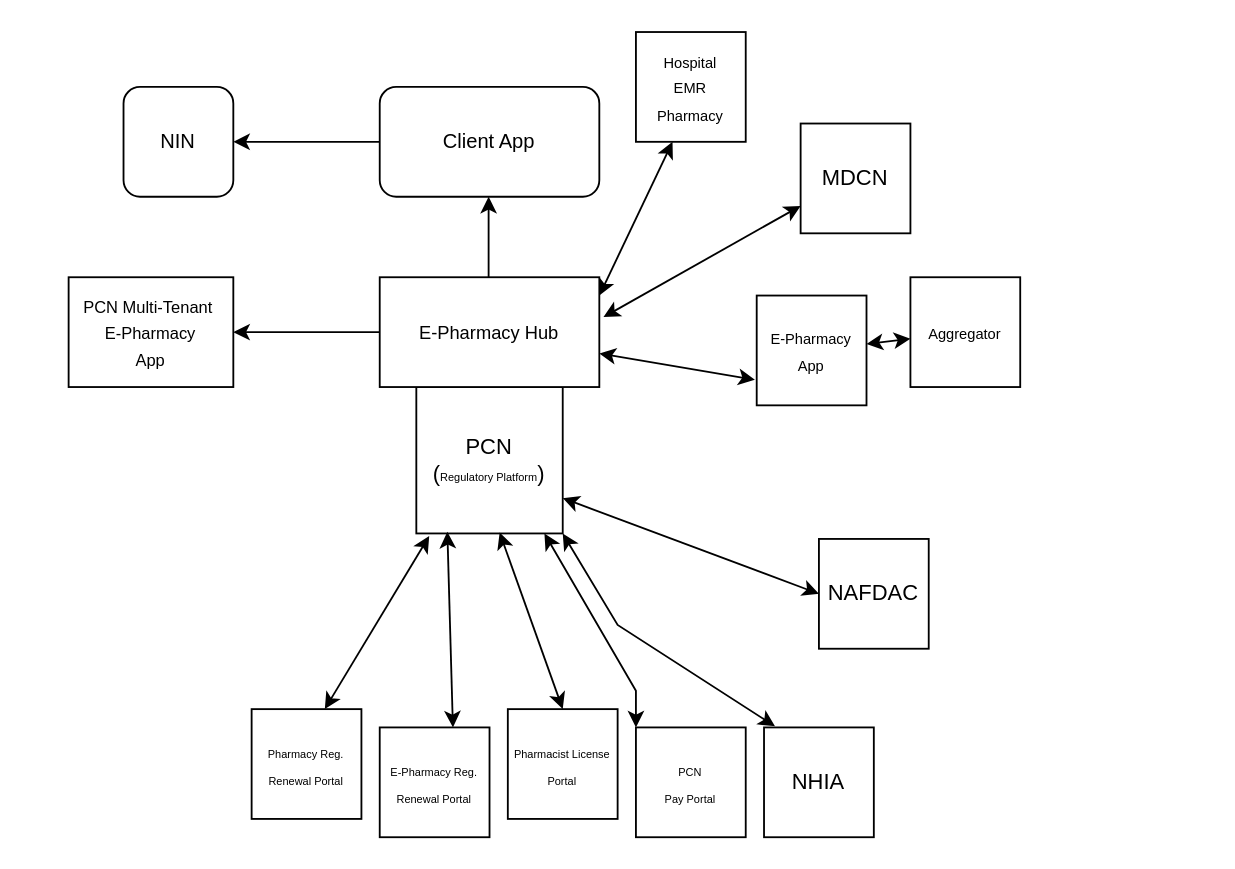
This is BPMN_Diagrams/PCN Architecture.drawio from Nigeria-FHIR-Community/2025Connectathon, a draw.io file, before an edit. Source tidied: cells renumbered, new cells numbered last; positions are measured from the earlier drawing's top-left corner, leaving out a move shared by most shapes. Both pictures are drawn from the tidied source at 183%, with x=0, y=0 at pixel (68, 31).
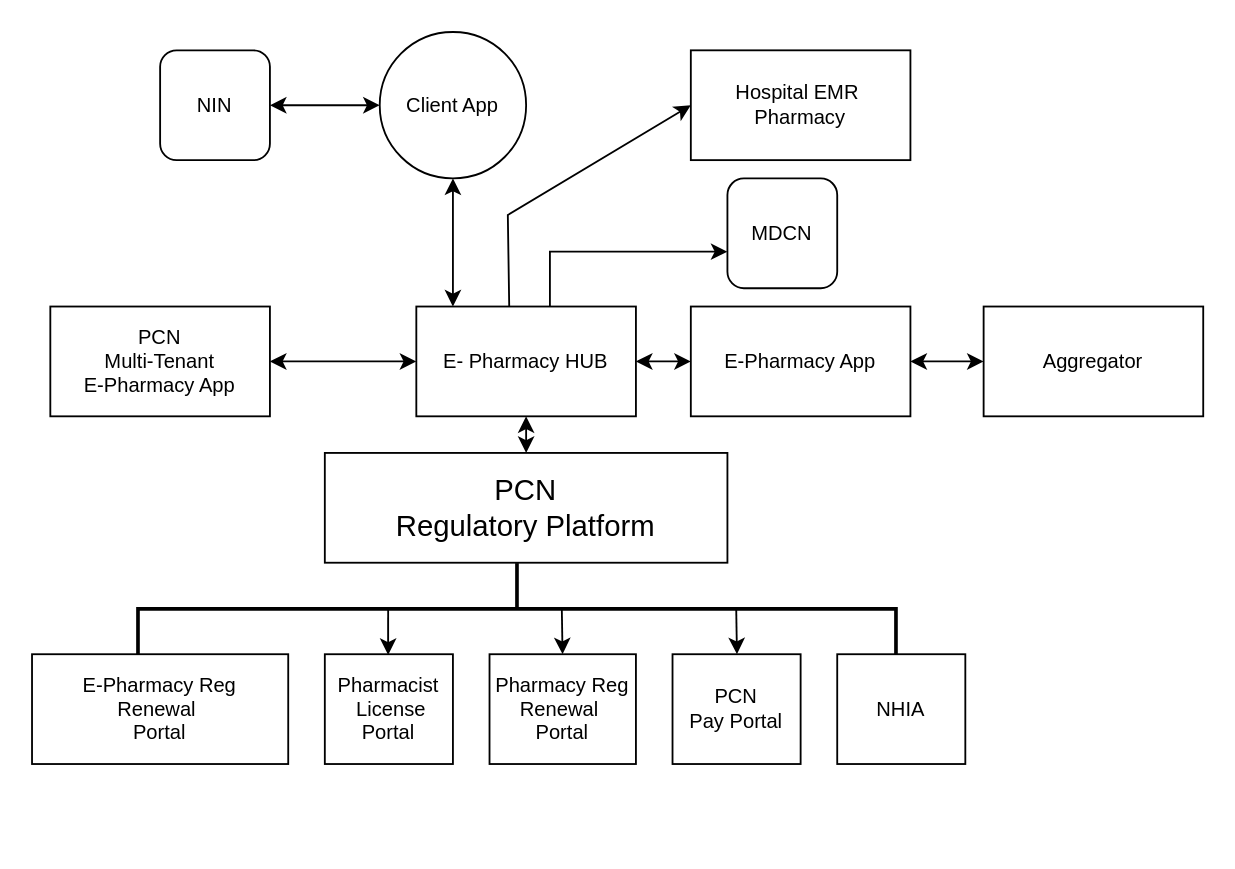
Above is the later version.

What changed in the source:
```diff
@@
-    <mxCell id="2" value="PCN&lt;div&gt;(&lt;font style=&quot;font-size: 6px;&quot;&gt;Regulatory&amp;nbsp;&lt;/font&gt;&lt;font style=&quot;background-color: transparent; color: light-dark(rgb(0, 0, 0), rgb(255, 255, 255)); font-size: 6px;&quot;&gt;Platform&lt;/font&gt;&lt;span style=&quot;background-color: transparent; color: light-dark(rgb(0, 0, 0), rgb(255, 255, 255));&quot;&gt;)&lt;/span&gt;&lt;/div&gt;" style="whiteSpace=wrap;html=1;" parent="1" vertex="1">
-      <mxGeometry x="190" y="194" width="80" height="80" as="geometry" />
-    </mxCell>
-    <mxCell id="3" style="endArrow=classic;startArrow=classic;html=1;rounded=0;entryX=0.088;entryY=1.018;entryDx=0;entryDy=0;entryPerimeter=0;" parent="1" edge="1" target="2">
-      <mxGeometry relative="1" as="geometry">
-        <mxPoint x="140" y="370" as="sourcePoint" />
-      </mxGeometry>
-    </mxCell>
-    <mxCell id="4" value="&lt;span style=&quot;font-size: 6px;&quot;&gt;Pharmacy Reg. Renewal Portal&lt;/span&gt;" style="whiteSpace=wrap;html=1;" parent="1" vertex="1">
-      <mxGeometry x="100" y="370" width="60" height="60" as="geometry" />
-    </mxCell>
-    <mxCell id="5" style="endArrow=classic;startArrow=classic;html=1;rounded=0;entryX=0.212;entryY=0.989;entryDx=0;entryDy=0;entryPerimeter=0;" parent="1" edge="1" target="2">
-      <mxGeometry relative="1" as="geometry">
-        <mxPoint x="210" y="380" as="sourcePoint" />
-      </mxGeometry>
-    </mxCell>
-    <mxCell id="6" value="&lt;span style=&quot;font-size: 6px;&quot;&gt;E-Pharmacy Reg. Renewal Portal&lt;/span&gt;" style="whiteSpace=wrap;html=1;" parent="1" vertex="1">
-      <mxGeometry x="170" y="380" width="60" height="60" as="geometry" />
-    </mxCell>
-    <mxCell id="7" style="endArrow=classic;startArrow=classic;html=1;rounded=0;entryX=0.569;entryY=0.994;entryDx=0;entryDy=0;entryPerimeter=0;" parent="1" edge="1" target="2">
-      <mxGeometry relative="1" as="geometry">
-        <mxPoint x="270" y="370" as="sourcePoint" />
-      </mxGeometry>
-    </mxCell>
-    <mxCell id="8" value="&lt;span style=&quot;font-size: 6px;&quot;&gt;Pharmacist License&lt;/span&gt;&lt;div&gt;&lt;span style=&quot;font-size: 6px;&quot;&gt;Portal&lt;/span&gt;&lt;/div&gt;" style="whiteSpace=wrap;html=1;" parent="1" vertex="1">
-      <mxGeometry x="240" y="370" width="60" height="60" as="geometry" />
-    </mxCell>
-    <mxCell id="9" style="endArrow=classic;startArrow=classic;html=1;rounded=0;entryX=1;entryY=1;entryDx=0;entryDy=0;" parent="1" edge="1">
-      <mxGeometry relative="1" as="geometry">
-        <mxPoint x="310" y="380" as="sourcePoint" />
-        <mxPoint x="260" y="274" as="targetPoint" />
-        <Array as="points">
-          <mxPoint x="310" y="360" />
-        </Array>
-      </mxGeometry>
-    </mxCell>
-    <mxCell id="10" value="&lt;span style=&quot;font-size: 6px;&quot;&gt;PCN&lt;/span&gt;&lt;div&gt;&lt;span style=&quot;font-size: 6px;&quot;&gt;Pay Portal&lt;/span&gt;&lt;/div&gt;" style="whiteSpace=wrap;html=1;" parent="1" vertex="1">
-      <mxGeometry x="310" y="380" width="60" height="60" as="geometry" />
-    </mxCell>
-    <mxCell id="11" style="endArrow=classic;startArrow=classic;html=1;rounded=0;exitX=0.1;exitY=-0.01;exitDx=0;exitDy=0;exitPerimeter=0;" parent="1" edge="1" source="12">
-      <mxGeometry relative="1" as="geometry">
-        <mxPoint x="270" y="274" as="targetPoint" />
-        <Array as="points">
-          <mxPoint x="300" y="324" />
-        </Array>
-      </mxGeometry>
-    </mxCell>
-    <mxCell id="12" value="NHIA" style="whiteSpace=wrap;html=1;" parent="1" vertex="1">
-      <mxGeometry x="380" y="380" width="60" height="60" as="geometry" />
-    </mxCell>
-    <mxCell id="13" style="endArrow=classic;startArrow=classic;html=1;rounded=0;entryX=0;entryY=0.75;entryDx=0;entryDy=0;exitX=1.019;exitY=0.363;exitDx=0;exitDy=0;exitPerimeter=0;" parent="1" edge="1" source="22" target="14">
-      <mxGeometry relative="1" as="geometry" />
-    </mxCell>
-    <mxCell id="14" value="MDCN" style="whiteSpace=wrap;html=1;" parent="1" vertex="1">
-      <mxGeometry x="400" y="50" width="60" height="60" as="geometry" />
-    </mxCell>
-    <mxCell id="15" style="endArrow=classic;startArrow=classic;html=1;rounded=0;entryX=0;entryY=0.5;entryDx=0;entryDy=0;" parent="1" edge="1" target="16">
-      <mxGeometry relative="1" as="geometry">
-        <mxPoint x="270" y="254.7" as="sourcePoint" />
-      </mxGeometry>
-    </mxCell>
-    <mxCell id="16" value="NAFDAC" style="whiteSpace=wrap;html=1;" parent="1" vertex="1">
-      <mxGeometry x="410" y="277" width="60" height="60" as="geometry" />
-    </mxCell>
-    <mxCell id="17" style="endArrow=classic;startArrow=classic;html=1;rounded=0;exitX=1;exitY=0.694;exitDx=0;exitDy=0;exitPerimeter=0;" parent="1" edge="1" source="22">
-      <mxGeometry relative="1" as="geometry">
-        <mxPoint x="375" y="190" as="targetPoint" />
-      </mxGeometry>
-    </mxCell>
-    <mxCell id="18" style="edgeStyle=none;shape=connector;rounded=0;jettySize=auto;html=1;strokeColor=default;align=center;verticalAlign=middle;fontFamily=Helvetica;fontSize=11;fontColor=default;labelBackgroundColor=default;startArrow=classic;endArrow=classic;" parent="1" edge="1" source="19" target="25">
-      <mxGeometry relative="1" as="geometry" />
-    </mxCell>
-    <mxCell id="19" value="&lt;font style=&quot;font-size: 8px;&quot;&gt;E-Pharmacy App&lt;/font&gt;" style="whiteSpace=wrap;html=1;" parent="1" vertex="1">
-      <mxGeometry x="376" y="144" width="60" height="60" as="geometry" />
-    </mxCell>
-    <mxCell id="20" style="edgeStyle=orthogonalEdgeStyle;rounded=0;orthogonalLoop=1;jettySize=auto;html=1;" parent="1" edge="1">
-      <mxGeometry relative="1" as="geometry">
-        <mxPoint x="229.5" y="170" as="sourcePoint" />
-        <mxPoint x="229.5" y="90" as="targetPoint" />
-      </mxGeometry>
-    </mxCell>
-    <mxCell id="21" style="edgeStyle=orthogonalEdgeStyle;rounded=0;jettySize=auto;html=1;" parent="1" edge="1" source="22" target="26">
-      <mxGeometry relative="1" as="geometry" />
-    </mxCell>
-    <mxCell id="22" value="&lt;font style=&quot;font-size: 10px;&quot;&gt;E-Pharmacy Hub&lt;/font&gt;" style="whiteSpace=wrap;html=1;" parent="1" vertex="1">
-      <mxGeometry x="170" y="134" width="120" height="60" as="geometry" />
-    </mxCell>
+    <mxCell id="30" style="edgeStyle=none;shape=connector;rounded=0;jettySize=auto;html=1;strokeColor=default;align=center;verticalAlign=middle;fontFamily=Helvetica;fontSize=11;fontColor=default;labelBackgroundColor=default;startArrow=classic;endArrow=classic;" parent="1" edge="1" source="34">
+      <mxGeometry relative="1" as="geometry">
+        <mxPoint x="250" y="230" as="targetPoint" />
+      </mxGeometry>
+    </mxCell>
+    <mxCell id="31" style="edgeStyle=none;shape=connector;rounded=0;jettySize=auto;html=1;strokeColor=default;align=center;verticalAlign=middle;fontFamily=Helvetica;fontSize=11;fontColor=default;labelBackgroundColor=default;startArrow=classic;endArrow=classic;" parent="1" edge="1" source="34" target="26">
+      <mxGeometry relative="1" as="geometry" />
+    </mxCell>
+    <mxCell id="32" style="edgeStyle=none;shape=connector;rounded=0;jettySize=auto;html=1;strokeColor=default;align=center;verticalAlign=middle;fontFamily=Helvetica;fontSize=11;fontColor=default;labelBackgroundColor=default;startArrow=classic;endArrow=classic;" parent="1" edge="1" target="24">
+      <mxGeometry relative="1" as="geometry">
+        <mxPoint x="210" y="150" as="sourcePoint" />
+      </mxGeometry>
+    </mxCell>
+    <mxCell id="33" style="edgeStyle=none;shape=connector;rounded=0;orthogonalLoop=1;jettySize=auto;html=1;strokeColor=default;align=center;verticalAlign=middle;fontFamily=Helvetica;fontSize=11;fontColor=default;labelBackgroundColor=default;endArrow=classic;" parent="1" edge="1">
+      <mxGeometry relative="1" as="geometry">
+        <mxPoint x="263" y="150" as="sourcePoint" />
+        <mxPoint x="360" y="120" as="targetPoint" />
+        <Array as="points">
+          <mxPoint x="263" y="120" />
+        </Array>
+      </mxGeometry>
+    </mxCell>
+    <mxCell id="34" value="E- Pharmacy HUB" style="whiteSpace=wrap;html=1;fontFamily=Helvetica;fontSize=11;fontColor=default;labelBackgroundColor=default;" parent="1" vertex="1">
+      <mxGeometry x="190" y="150" width="120" height="60" as="geometry" />
+    </mxCell>
+    <mxCell id="35" value="&lt;font style=&quot;font-size: 16px;&quot;&gt;PCN&lt;/font&gt;&lt;div&gt;&lt;font style=&quot;font-size: 16px;&quot;&gt;Regulatory Platform&lt;/font&gt;&lt;/div&gt;" style="whiteSpace=wrap;html=1;fontSize=11;labelBackgroundColor=default;" parent="1" vertex="1">
+      <mxGeometry x="140" y="230" width="220" height="60" as="geometry" />
+    </mxCell>
+    <mxCell id="26" value="PCN&lt;div&gt;Multi-Tenant&lt;/div&gt;&lt;div&gt;E-Pharmacy App&lt;/div&gt;" style="rounded=1;whiteSpace=wrap;html=1;fontSize=11;labelBackgroundColor=default;arcSize=0;" parent="1" vertex="1">
+      <mxGeometry x="-10" y="150" width="120" height="60" as="geometry" />
+    </mxCell>
-    <mxCell id="23" style="edgeStyle=orthogonalEdgeStyle;rounded=0;jettySize=auto;html=1;" parent="1" edge="1" source="24" target="27">
+    <mxCell id="23" style="edgeStyle=none;shape=connector;rounded=0;jettySize=auto;html=1;strokeColor=default;align=center;verticalAlign=middle;fontFamily=Helvetica;fontSize=11;fontColor=default;labelBackgroundColor=default;startArrow=classic;endArrow=classic;" parent="1" edge="1" source="24" target="27">
       <mxGeometry relative="1" as="geometry" />
     </mxCell>
-    <mxCell id="24" value="&lt;font style=&quot;font-size: 11px;&quot;&gt;Client App&lt;/font&gt;" style="rounded=1;whiteSpace=wrap;html=1;" parent="1" vertex="1">
-      <mxGeometry x="170" y="30" width="120" height="60" as="geometry" />
+    <mxCell id="24" value="Client App" style="ellipse;whiteSpace=wrap;html=1;fontSize=11;labelBackgroundColor=default;" parent="1" vertex="1">
+      <mxGeometry x="170" width="80" height="80" as="geometry" />
     </mxCell>
+    <mxCell id="27" value="NIN" style="rounded=1;whiteSpace=wrap;html=1;fontSize=11;labelBackgroundColor=default;" parent="1" vertex="1">
+      <mxGeometry x="50" y="10" width="60" height="60" as="geometry" />
+    </mxCell>
+    <mxCell id="19" value="E-Pharmacy App" style="whiteSpace=wrap;html=1;fontSize=11;labelBackgroundColor=default;" parent="1" vertex="1">
+      <mxGeometry x="340" y="150" width="120" height="60" as="geometry" />
+    </mxCell>
-    <mxCell id="25" value="&lt;font style=&quot;font-size: 8px;&quot;&gt;Aggregator&lt;/font&gt;" style="whiteSpace=wrap;html=1;" parent="1" vertex="1">
-      <mxGeometry x="460" y="134" width="60" height="60" as="geometry" />
+    <mxCell id="25" value="Aggregator" style="whiteSpace=wrap;html=1;fontSize=11;labelBackgroundColor=default;" parent="1" vertex="1">
+      <mxGeometry x="500" y="150" width="120" height="60" as="geometry" />
     </mxCell>
-    <mxCell id="26" value="&lt;font style=&quot;font-size: 9px;&quot;&gt;PCN Multi-Tenant&amp;nbsp;&lt;/font&gt;&lt;div&gt;&lt;font style=&quot;font-size: 9px;&quot;&gt;E-Pharmacy&lt;/font&gt;&lt;div&gt;&lt;font style=&quot;font-size: 9px;&quot;&gt;App&lt;/font&gt;&lt;/div&gt;&lt;/div&gt;" style="whiteSpace=wrap;html=1;" parent="1" vertex="1">
-      <mxGeometry y="134" width="90" height="60" as="geometry" />
-    </mxCell>
-    <mxCell id="27" value="&lt;font style=&quot;font-size: 11px;&quot;&gt;NIN&lt;/font&gt;" style="rounded=1;whiteSpace=wrap;html=1;" parent="1" vertex="1">
-      <mxGeometry x="30" y="30" width="60" height="60" as="geometry" />
-    </mxCell>
-    <mxCell id="28" style="endArrow=classic;startArrow=classic;html=1;rounded=0;" parent="1" edge="1">
-      <mxGeometry relative="1" as="geometry">
-        <mxPoint x="290" y="144" as="sourcePoint" />
-        <mxPoint x="330" y="60" as="targetPoint" />
-      </mxGeometry>
-    </mxCell>
+    <mxCell id="36" style="edgeStyle=none;shape=connector;rounded=0;jettySize=auto;html=1;strokeColor=default;align=center;verticalAlign=middle;fontFamily=Helvetica;fontSize=11;fontColor=default;labelBackgroundColor=default;startArrow=classic;endArrow=classic;" parent="1" edge="1" source="34">
+      <mxGeometry relative="1" as="geometry">
+        <mxPoint x="340" y="180" as="targetPoint" />
+      </mxGeometry>
+    </mxCell>
+    <mxCell id="37" style="edgeStyle=none;shape=connector;rounded=0;jettySize=auto;html=1;strokeColor=default;align=center;verticalAlign=middle;fontFamily=Helvetica;fontSize=11;fontColor=default;labelBackgroundColor=default;startArrow=classic;endArrow=classic;" parent="1" edge="1" source="19">
+      <mxGeometry relative="1" as="geometry">
+        <mxPoint x="500" y="180" as="targetPoint" />
+      </mxGeometry>
+    </mxCell>
+    <mxCell id="38" value="Pharmacy Reg&lt;div&gt;Renewal&amp;nbsp;&lt;/div&gt;&lt;div&gt;Portal&lt;/div&gt;" style="whiteSpace=wrap;html=1;fontSize=11;labelBackgroundColor=default;" parent="1" vertex="1">
+      <mxGeometry x="230" y="340" width="80" height="60" as="geometry" />
+    </mxCell>
+    <mxCell id="39" value="E-Pharmacy Reg&lt;div&gt;Renewal&amp;nbsp;&lt;/div&gt;&lt;div&gt;Portal&lt;/div&gt;" style="whiteSpace=wrap;html=1;fontSize=11;labelBackgroundColor=default;" parent="1" vertex="1">
+      <mxGeometry x="-20" y="340" width="140" height="60" as="geometry" />
+    </mxCell>
+    <mxCell id="8" value="Pharmacist&lt;div&gt;&amp;nbsp;License&lt;/div&gt;&lt;div&gt;Portal&lt;/div&gt;" style="whiteSpace=wrap;html=1;fontSize=11;labelBackgroundColor=default;align=center;" parent="1" vertex="1">
+      <mxGeometry x="140" y="340" width="70" height="60" as="geometry" />
+    </mxCell>
+    <mxCell id="10" value="PCN&lt;div&gt;Pay Portal&lt;/div&gt;" style="whiteSpace=wrap;html=1;fontSize=11;labelBackgroundColor=default;align=center;" parent="1" vertex="1">
+      <mxGeometry x="330" y="340" width="70" height="60" as="geometry" />
+    </mxCell>
+    <mxCell id="12" value="NHIA" style="whiteSpace=wrap;html=1;fontSize=11;labelBackgroundColor=default;" parent="1" vertex="1">
+      <mxGeometry x="420" y="340" width="70" height="60" as="geometry" />
+    </mxCell>
+    <mxCell id="40" style="strokeWidth=2;html=1;shape=mxgraph.flowchart.annotation_2;align=left;labelPosition=right;fontFamily=Helvetica;fontSize=11;fontColor=default;labelBackgroundColor=default;rotation=90;" parent="1" vertex="1">
+      <mxGeometry x="220" y="108.1" width="50" height="414.2" as="geometry" />
+    </mxCell>
+    <mxCell id="41" style="endArrow=classic;html=1;rounded=0;strokeColor=default;align=center;verticalAlign=middle;fontFamily=Helvetica;fontSize=11;fontColor=default;labelBackgroundColor=default;entryX=1.004;entryY=0.67;entryDx=0;entryDy=0;entryPerimeter=0;" parent="1" edge="1" target="40">
+      <mxGeometry relative="1" as="geometry">
+        <mxPoint x="174.6" y="315" as="sourcePoint" />
+      </mxGeometry>
+    </mxCell>
+    <mxCell id="42" style="endArrow=classic;html=1;rounded=0;strokeColor=default;align=center;verticalAlign=middle;fontFamily=Helvetica;fontSize=11;fontColor=default;labelBackgroundColor=default;entryX=1.004;entryY=0.67;entryDx=0;entryDy=0;entryPerimeter=0;" parent="1" edge="1">
+      <mxGeometry relative="1" as="geometry">
+        <mxPoint x="269.5" y="315" as="sourcePoint" />
+        <mxPoint x="269.9" y="340" as="targetPoint" />
+      </mxGeometry>
+    </mxCell>
+    <mxCell id="43" style="endArrow=classic;html=1;rounded=0;strokeColor=default;align=center;verticalAlign=middle;fontFamily=Helvetica;fontSize=11;fontColor=default;labelBackgroundColor=default;entryX=1.004;entryY=0.67;entryDx=0;entryDy=0;entryPerimeter=0;" parent="1" edge="1">
+      <mxGeometry relative="1" as="geometry">
+        <mxPoint x="364.8" y="315" as="sourcePoint" />
+        <mxPoint x="365.2" y="340" as="targetPoint" />
+      </mxGeometry>
+    </mxCell>
+    <mxCell id="14" value="MDCN" style="rounded=1;whiteSpace=wrap;html=1;fontSize=11;labelBackgroundColor=default;" parent="1" vertex="1">
+      <mxGeometry x="360" y="80" width="60" height="60" as="geometry" />
+    </mxCell>
+    <mxCell id="44" style="edgeStyle=none;shape=connector;rounded=0;jettySize=auto;html=1;strokeColor=default;align=center;verticalAlign=middle;fontFamily=Helvetica;fontSize=11;fontColor=default;labelBackgroundColor=default;endArrow=classic;exitX=0.423;exitY=0.001;exitDx=0;exitDy=0;exitPerimeter=0;" parent="1" edge="1" source="34">
+      <mxGeometry relative="1" as="geometry">
+        <mxPoint x="340" y="40" as="targetPoint" />
+        <Array as="points">
+          <mxPoint x="240" y="100" />
+        </Array>
+      </mxGeometry>
+    </mxCell>
-    <mxCell id="29" value="&lt;font style=&quot;font-size: 8px;&quot;&gt;Hospital&lt;/font&gt;&lt;div&gt;&lt;font style=&quot;font-size: 8px;&quot;&gt;EMR&lt;/font&gt;&lt;/div&gt;&lt;div&gt;&lt;span style=&quot;font-size: 8px;&quot;&gt;Pharmacy&lt;/span&gt;&lt;/div&gt;" style="whiteSpace=wrap;html=1;" parent="1" vertex="1">
-      <mxGeometry x="310" width="60" height="60" as="geometry" />
+    <mxCell id="29" value="Hospital EMR&amp;nbsp;&lt;div&gt;Pharmacy&lt;/div&gt;" style="whiteSpace=wrap;html=1;fontSize=11;labelBackgroundColor=default;" parent="1" vertex="1">
+      <mxGeometry x="340" y="10" width="120" height="60" as="geometry" />
     </mxCell>
```
